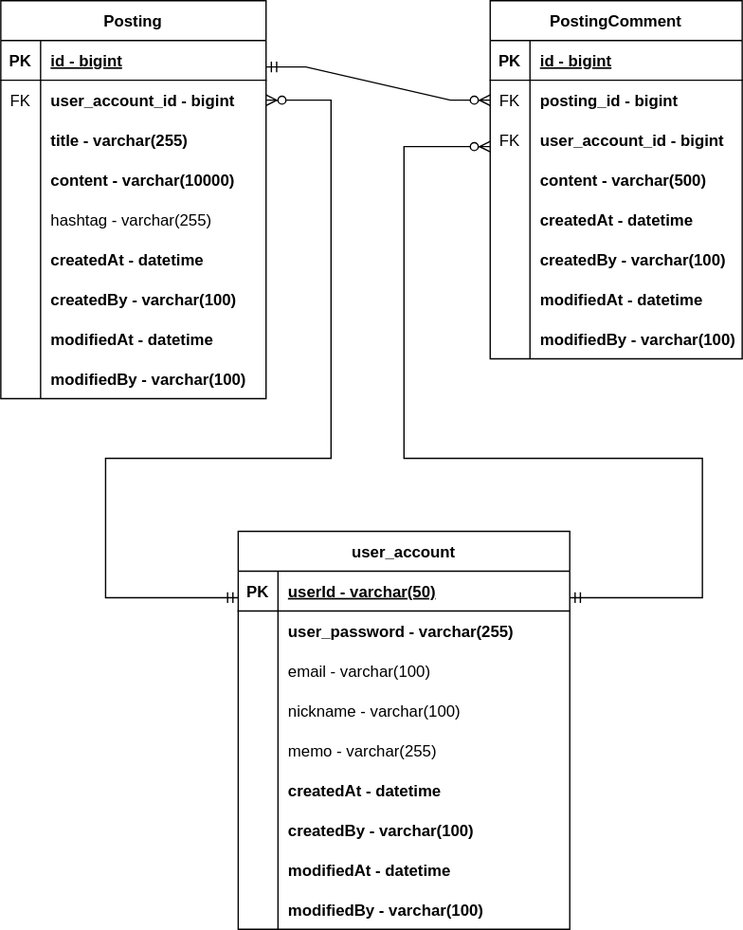
The draw.io diagram document/project-forum-erd.svg in smileLoopy/personal-project-forum, before a commit. Source tidied: cells renumbered, new cells last; positions are measured from the earlier drawing's top-left corner, leaving out a move shared by most shapes.
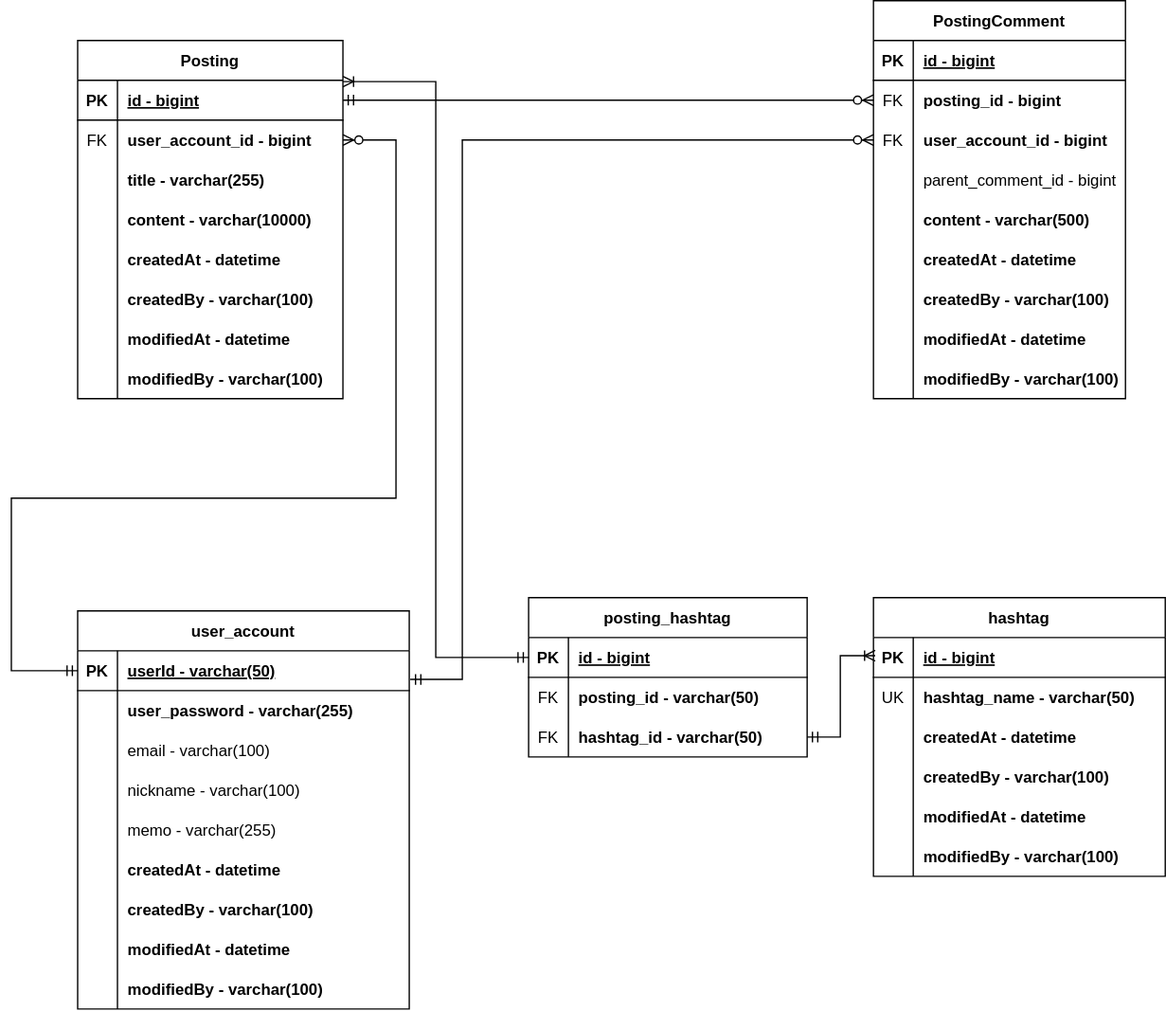
After the commit.

Commit message:
#60-project-forum-erd.svg update: comment's comment, hashtag

What changed in the source:
```diff
@@ -3,7 +3,7 @@
     <mxCell id="0" />
     <mxCell id="1" parent="0" />
     <mxCell id="2" value="Posting" style="shape=table;startSize=30;rowLines=0;fontStyle=1;align=center;" parent="1" vertex="1">
-      <mxGeometry width="200" height="300" as="geometry" />
+      <mxGeometry x="-161" width="200" height="270" as="geometry" />
     </mxCell>
     <mxCell id="3" style="shape=partialRectangle;fillColor=none;points=[[0,0.5],[1,0.5]];portConstraint=eastwest;top=0;left=0;right=0;bottom=1;" parent="2" vertex="1">
       <mxGeometry y="30" width="200" height="30" as="geometry" />
@@ -41,17 +41,8 @@
     <mxCell id="14" value="content - varchar(10000)" style="shape=partialRectangle;overflow=hidden;fillColor=none;top=0;left=0;bottom=0;right=0;align=left;spacingLeft=6;fontStyle=1;" parent="12" vertex="1">
       <mxGeometry x="30" width="170" height="30" as="geometry" />
     </mxCell>
-    <mxCell id="15" style="shape=partialRectangle;fillColor=none;top=0;left=0;right=0;bottom=0;" parent="2" vertex="1">
-      <mxGeometry y="150" width="200" height="30" as="geometry" />
-    </mxCell>
-    <mxCell id="16" style="shape=partialRectangle;overflow=hidden;fillColor=none;top=0;left=0;bottom=0;right=0;" parent="15" vertex="1">
-      <mxGeometry width="30" height="30" as="geometry" />
-    </mxCell>
-    <mxCell id="17" value="hashtag - varchar(255)" style="shape=partialRectangle;overflow=hidden;fillColor=none;top=0;left=0;bottom=0;right=0;align=left;spacingLeft=6;" parent="15" vertex="1">
-      <mxGeometry x="30" width="170" height="30" as="geometry" />
-    </mxCell>
     <mxCell id="18" style="shape=partialRectangle;fillColor=none;top=0;left=0;right=0;bottom=0;" parent="2" vertex="1">
-      <mxGeometry y="180" width="200" height="30" as="geometry" />
+      <mxGeometry y="150" width="200" height="30" as="geometry" />
     </mxCell>
     <mxCell id="19" style="shape=partialRectangle;overflow=hidden;fillColor=none;top=0;left=0;bottom=0;right=0;" parent="18" vertex="1">
       <mxGeometry width="30" height="30" as="geometry" />
@@ -60,7 +51,7 @@
       <mxGeometry x="30" width="170" height="30" as="geometry" />
     </mxCell>
     <mxCell id="21" style="shape=partialRectangle;fillColor=none;top=0;left=0;right=0;bottom=0;" parent="2" vertex="1">
-      <mxGeometry y="210" width="200" height="30" as="geometry" />
+      <mxGeometry y="180" width="200" height="30" as="geometry" />
     </mxCell>
     <mxCell id="22" style="shape=partialRectangle;overflow=hidden;fillColor=none;top=0;left=0;bottom=0;right=0;" parent="21" vertex="1">
       <mxGeometry width="30" height="30" as="geometry" />
@@ -69,7 +60,7 @@
       <mxGeometry x="30" width="170" height="30" as="geometry" />
     </mxCell>
     <mxCell id="24" style="shape=partialRectangle;fillColor=none;top=0;left=0;right=0;bottom=0;" parent="2" vertex="1">
-      <mxGeometry y="240" width="200" height="30" as="geometry" />
+      <mxGeometry y="210" width="200" height="30" as="geometry" />
     </mxCell>
     <mxCell id="25" style="shape=partialRectangle;overflow=hidden;fillColor=none;top=0;left=0;bottom=0;right=0;" parent="24" vertex="1">
       <mxGeometry width="30" height="30" as="geometry" />
@@ -78,7 +69,7 @@
       <mxGeometry x="30" width="170" height="30" as="geometry" />
     </mxCell>
     <mxCell id="27" style="shape=partialRectangle;fillColor=none;top=0;left=0;right=0;bottom=0;" parent="2" vertex="1">
-      <mxGeometry y="270" width="200" height="30" as="geometry" />
+      <mxGeometry y="240" width="200" height="30" as="geometry" />
     </mxCell>
     <mxCell id="28" style="shape=partialRectangle;overflow=hidden;fillColor=none;top=0;left=0;bottom=0;right=0;" parent="27" vertex="1">
       <mxGeometry width="30" height="30" as="geometry" />
@@ -87,7 +78,7 @@
       <mxGeometry x="30" width="170" height="30" as="geometry" />
     </mxCell>
     <mxCell id="30" value="PostingComment" style="shape=table;startSize=30;rowLines=0;fontStyle=1;align=center;" parent="1" vertex="1">
-      <mxGeometry x="369" width="190" height="270" as="geometry" />
+      <mxGeometry x="439" y="-30" width="190" height="300" as="geometry" />
     </mxCell>
     <mxCell id="31" style="shape=partialRectangle;fillColor=none;top=0;left=0;right=0;bottom=1;" parent="30" vertex="1">
       <mxGeometry y="30" width="190" height="30" as="geometry" />
@@ -116,8 +107,17 @@
     <mxCell id="39" value="user_account_id - bigint" style="shape=partialRectangle;overflow=hidden;fillColor=none;top=0;left=0;bottom=0;right=0;align=left;spacingLeft=6;fontStyle=1;" parent="37" vertex="1">
       <mxGeometry x="30" width="160" height="30" as="geometry" />
     </mxCell>
+    <mxCell id="86" style="shape=partialRectangle;fillColor=none;top=0;left=0;right=0;bottom=0;" parent="30" vertex="1">
+      <mxGeometry y="120" width="190" height="30" as="geometry" />
+    </mxCell>
+    <mxCell id="87" style="shape=partialRectangle;overflow=hidden;fillColor=none;top=0;left=0;bottom=0;right=0;" parent="86" vertex="1">
+      <mxGeometry width="30" height="30" as="geometry" />
+    </mxCell>
+    <mxCell id="88" value="parent_comment_id - bigint" style="shape=partialRectangle;overflow=hidden;fillColor=none;top=0;left=0;bottom=0;right=0;align=left;spacingLeft=6;fontStyle=0;" parent="86" vertex="1">
+      <mxGeometry x="30" width="160" height="30" as="geometry" />
+    </mxCell>
     <mxCell id="40" style="shape=partialRectangle;fillColor=none;top=0;left=0;right=0;bottom=0;" parent="30" vertex="1">
-      <mxGeometry y="120" width="190" height="30" as="geometry" />
+      <mxGeometry y="150" width="190" height="30" as="geometry" />
     </mxCell>
     <mxCell id="41" style="shape=partialRectangle;overflow=hidden;fillColor=none;top=0;left=0;bottom=0;right=0;" parent="40" vertex="1">
       <mxGeometry width="30" height="30" as="geometry" />
@@ -126,7 +126,7 @@
       <mxGeometry x="30" width="160" height="30" as="geometry" />
     </mxCell>
     <mxCell id="43" style="shape=partialRectangle;fillColor=none;top=0;left=0;right=0;bottom=0;" parent="30" vertex="1">
-      <mxGeometry y="150" width="190" height="30" as="geometry" />
+      <mxGeometry y="180" width="190" height="30" as="geometry" />
     </mxCell>
     <mxCell id="44" style="shape=partialRectangle;overflow=hidden;fillColor=none;top=0;left=0;bottom=0;right=0;" parent="43" vertex="1">
       <mxGeometry width="30" height="30" as="geometry" />
@@ -135,7 +135,7 @@
       <mxGeometry x="30" width="160" height="30" as="geometry" />
     </mxCell>
     <mxCell id="46" style="shape=partialRectangle;fillColor=none;top=0;left=0;right=0;bottom=0;" parent="30" vertex="1">
-      <mxGeometry y="180" width="190" height="30" as="geometry" />
+      <mxGeometry y="210" width="190" height="30" as="geometry" />
     </mxCell>
     <mxCell id="47" style="shape=partialRectangle;overflow=hidden;fillColor=none;top=0;left=0;bottom=0;right=0;" parent="46" vertex="1">
       <mxGeometry width="30" height="30" as="geometry" />
@@ -144,7 +144,7 @@
       <mxGeometry x="30" width="160" height="30" as="geometry" />
     </mxCell>
     <mxCell id="49" style="shape=partialRectangle;fillColor=none;top=0;left=0;right=0;bottom=0;" parent="30" vertex="1">
-      <mxGeometry y="210" width="190" height="30" as="geometry" />
+      <mxGeometry y="240" width="190" height="30" as="geometry" />
     </mxCell>
     <mxCell id="50" style="shape=partialRectangle;overflow=hidden;fillColor=none;top=0;left=0;bottom=0;right=0;" parent="49" vertex="1">
       <mxGeometry width="30" height="30" as="geometry" />
@@ -153,7 +153,7 @@
       <mxGeometry x="30" width="160" height="30" as="geometry" />
     </mxCell>
     <mxCell id="52" style="shape=partialRectangle;fillColor=none;top=0;left=0;right=0;bottom=0;" parent="30" vertex="1">
-      <mxGeometry y="240" width="190" height="30" as="geometry" />
+      <mxGeometry y="270" width="190" height="30" as="geometry" />
     </mxCell>
     <mxCell id="53" style="shape=partialRectangle;overflow=hidden;fillColor=none;top=0;left=0;bottom=0;right=0;" parent="52" vertex="1">
       <mxGeometry width="30" height="30" as="geometry" />
@@ -161,16 +161,15 @@
     <mxCell id="54" value="modifiedBy - varchar(100)" style="shape=partialRectangle;overflow=hidden;fillColor=none;top=0;left=0;bottom=0;right=0;align=left;spacingLeft=6;fontStyle=1;" parent="52" vertex="1">
       <mxGeometry x="30" width="160" height="30" as="geometry" />
     </mxCell>
-    <mxCell id="55" style="edgeStyle=entityRelationEdgeStyle;fontSize=12;html=1;endArrow=ERzeroToMany;startArrow=ERmandOne;rounded=0;exitX=1;exitY=0.5;exitDx=0;exitDy=0;entryX=0;entryY=0.5;entryDx=0;entryDy=0;" parent="1" edge="1" target="34">
+    <mxCell id="55" style="edgeStyle=entityRelationEdgeStyle;fontSize=12;html=1;endArrow=ERzeroToMany;startArrow=ERmandOne;rounded=0;exitX=1;exitY=0.5;exitDx=0;exitDy=0;entryX=0;entryY=0.5;entryDx=0;entryDy=0;" parent="1" edge="1" source="3" target="34">
       <mxGeometry relative="1" as="geometry">
-        <mxPoint x="200" y="50" as="sourcePoint" />
         <Array as="points">
           <mxPoint x="239" y="15" />
         </Array>
       </mxGeometry>
     </mxCell>
     <mxCell id="56" value="user_account" style="shape=table;startSize=30;rowLines=0;fontStyle=1;align=center;" parent="1" vertex="1">
-      <mxGeometry x="179" y="400" width="250" height="300" as="geometry" />
+      <mxGeometry x="-161" y="430" width="250" height="300" as="geometry" />
     </mxCell>
     <mxCell id="57" style="shape=partialRectangle;fillColor=none;points=[[0,0.5],[1,0.5]];portConstraint=eastwest;top=0;left=0;right=0;bottom=1;" parent="56" vertex="1">
       <mxGeometry y="30" width="250" height="30" as="geometry" />
@@ -253,25 +252,121 @@
     <mxCell id="83" value="modifiedBy - varchar(100)" style="shape=partialRectangle;overflow=hidden;fillColor=none;top=0;left=0;bottom=0;right=0;align=left;spacingLeft=6;fontStyle=1;" parent="81" vertex="1">
       <mxGeometry x="30" width="220" height="30" as="geometry" />
     </mxCell>
-    <mxCell id="84" style="edgeStyle=orthogonalEdgeStyle;fontSize=12;html=1;endArrow=ERzeroToMany;startArrow=ERmandOne;rounded=0;" parent="1" edge="1" source="57" target="37">
+    <mxCell id="84" style="edgeStyle=orthogonalEdgeStyle;fontSize=12;html=1;endArrow=ERzeroToMany;startArrow=ERmandOne;rounded=0;exitX=1.003;exitY=0.72;exitDx=0;exitDy=0;exitPerimeter=0;" parent="1" edge="1" source="57" target="37">
       <mxGeometry relative="1" as="geometry">
         <Array as="points">
-          <mxPoint x="529" y="450" />
-          <mxPoint x="529" y="345" />
-          <mxPoint x="304" y="345" />
-          <mxPoint x="304" y="110" />
+          <mxPoint x="129" y="482" />
+          <mxPoint x="129" y="75" />
         </Array>
       </mxGeometry>
     </mxCell>
-    <mxCell id="85" style="edgeStyle=orthogonalEdgeStyle;fontSize=12;html=1;endArrow=ERzeroToMany;startArrow=ERmandOne;rounded=0;entryX=1;entryY=0.5;entryDx=0;entryDy=0;exitX=0;exitY=0.667;exitDx=0;exitDy=0;exitPerimeter=0;" parent="1" edge="1" source="57" target="6">
+    <mxCell id="85" style="edgeStyle=orthogonalEdgeStyle;fontSize=12;html=1;endArrow=ERzeroToMany;startArrow=ERmandOne;rounded=0;entryX=1;entryY=0.5;entryDx=0;entryDy=0;exitX=0;exitY=0.5;exitDx=0;exitDy=0;" parent="1" edge="1" source="57" target="6">
       <mxGeometry relative="1" as="geometry">
         <Array as="points">
-          <mxPoint x="79" y="450" />
+          <mxPoint x="-211" y="475" />
+          <mxPoint x="-211" y="345" />
           <mxPoint x="79" y="345" />
-          <mxPoint x="249" y="345" />
-          <mxPoint x="249" y="75" />
+          <mxPoint x="79" y="75" />
         </Array>
       </mxGeometry>
     </mxCell>
+    <mxCell id="89" value="posting_hashtag" style="shape=table;startSize=30;rowLines=0;fontStyle=1;align=center;" parent="1" vertex="1">
+      <mxGeometry x="179" y="420" width="210" height="120" as="geometry" />
+    </mxCell>
+    <mxCell id="90" style="shape=partialRectangle;fillColor=none;points=[[0,0.5],[1,0.5]];portConstraint=eastwest;top=0;left=0;right=0;bottom=1;" parent="89" vertex="1">
+      <mxGeometry y="30" width="210" height="30" as="geometry" />
+    </mxCell>
+    <mxCell id="91" value="PK" style="shape=partialRectangle;overflow=hidden;fillColor=none;top=0;left=0;bottom=0;right=0;fontStyle=1;" parent="90" vertex="1">
+      <mxGeometry width="30" height="30" as="geometry" />
+    </mxCell>
+    <mxCell id="92" value="id - bigint" style="shape=partialRectangle;overflow=hidden;fillColor=none;top=0;left=0;bottom=0;right=0;align=left;spacingLeft=6;fontStyle=5;" parent="90" vertex="1">
+      <mxGeometry x="30" width="180" height="30" as="geometry" />
+    </mxCell>
+    <mxCell id="93" style="shape=partialRectangle;fillColor=none;top=0;left=0;right=0;bottom=0;" parent="89" vertex="1">
+      <mxGeometry y="60" width="210" height="30" as="geometry" />
+    </mxCell>
+    <mxCell id="94" value="FK" style="shape=partialRectangle;overflow=hidden;fillColor=none;top=0;left=0;bottom=0;right=0;" parent="93" vertex="1">
+      <mxGeometry width="30" height="30" as="geometry" />
+    </mxCell>
+    <mxCell id="95" value="posting_id - varchar(50)" style="shape=partialRectangle;overflow=hidden;fillColor=none;top=0;left=0;bottom=0;right=0;align=left;spacingLeft=6;fontStyle=1;" parent="93" vertex="1">
+      <mxGeometry x="30" width="180" height="30" as="geometry" />
+    </mxCell>
+    <mxCell id="96" style="shape=partialRectangle;fillColor=none;points=[[0,0.5],[1,0.5]];portConstraint=eastwest;top=0;left=0;right=0;bottom=0;" parent="89" vertex="1">
+      <mxGeometry y="90" width="210" height="30" as="geometry" />
+    </mxCell>
+    <mxCell id="97" value="FK" style="shape=partialRectangle;overflow=hidden;fillColor=none;top=0;left=0;bottom=0;right=0;" parent="96" vertex="1">
+      <mxGeometry width="30" height="30" as="geometry" />
+    </mxCell>
+    <mxCell id="98" value="hashtag_id - varchar(50)" style="shape=partialRectangle;overflow=hidden;fillColor=none;top=0;left=0;bottom=0;right=0;align=left;spacingLeft=6;fontStyle=1;" parent="96" vertex="1">
+      <mxGeometry x="30" width="180" height="30" as="geometry" />
+    </mxCell>
+    <mxCell id="99" value="hashtag" style="shape=table;startSize=30;rowLines=0;fontStyle=1;align=center;" parent="1" vertex="1">
+      <mxGeometry x="439" y="420" width="220" height="210" as="geometry" />
+    </mxCell>
+    <mxCell id="100" style="shape=partialRectangle;fillColor=none;points=[[0,0.5],[1,0.5]];portConstraint=eastwest;top=0;left=0;right=0;bottom=1;" parent="99" vertex="1">
+      <mxGeometry y="30" width="220" height="30" as="geometry" />
+    </mxCell>
+    <mxCell id="101" value="PK" style="shape=partialRectangle;overflow=hidden;fillColor=none;top=0;left=0;bottom=0;right=0;fontStyle=1;" parent="100" vertex="1">
+      <mxGeometry width="30" height="30" as="geometry" />
+    </mxCell>
+    <mxCell id="102" value="id - bigint" style="shape=partialRectangle;overflow=hidden;fillColor=none;top=0;left=0;bottom=0;right=0;align=left;spacingLeft=6;fontStyle=5;" parent="100" vertex="1">
+      <mxGeometry x="30" width="190" height="30" as="geometry" />
+    </mxCell>
+    <mxCell id="103" style="shape=partialRectangle;fillColor=none;top=0;left=0;right=0;bottom=0;" parent="99" vertex="1">
+      <mxGeometry y="60" width="220" height="30" as="geometry" />
+    </mxCell>
+    <mxCell id="104" value="UK" style="shape=partialRectangle;overflow=hidden;fillColor=none;top=0;left=0;bottom=0;right=0;" parent="103" vertex="1">
+      <mxGeometry width="30" height="30" as="geometry" />
+    </mxCell>
+    <mxCell id="105" value="hashtag_name - varchar(50)" style="shape=partialRectangle;overflow=hidden;fillColor=none;top=0;left=0;bottom=0;right=0;align=left;spacingLeft=6;fontStyle=1;" parent="103" vertex="1">
+      <mxGeometry x="30" width="190" height="30" as="geometry" />
+    </mxCell>
+    <mxCell id="106" style="shape=partialRectangle;fillColor=none;top=0;left=0;right=0;bottom=0;" parent="99" vertex="1">
+      <mxGeometry y="90" width="220" height="30" as="geometry" />
+    </mxCell>
+    <mxCell id="107" style="shape=partialRectangle;overflow=hidden;fillColor=none;top=0;left=0;bottom=0;right=0;" parent="106" vertex="1">
+      <mxGeometry width="30" height="30" as="geometry" />
+    </mxCell>
+    <mxCell id="108" value="createdAt - datetime" style="shape=partialRectangle;overflow=hidden;fillColor=none;top=0;left=0;bottom=0;right=0;align=left;spacingLeft=6;fontStyle=1;" parent="106" vertex="1">
+      <mxGeometry x="30" width="190" height="30" as="geometry" />
+    </mxCell>
+    <mxCell id="109" style="shape=partialRectangle;fillColor=none;top=0;left=0;right=0;bottom=0;" parent="99" vertex="1">
+      <mxGeometry y="120" width="220" height="30" as="geometry" />
+    </mxCell>
+    <mxCell id="110" style="shape=partialRectangle;overflow=hidden;fillColor=none;top=0;left=0;bottom=0;right=0;" parent="109" vertex="1">
+      <mxGeometry width="30" height="30" as="geometry" />
+    </mxCell>
+    <mxCell id="111" value="createdBy - varchar(100)" style="shape=partialRectangle;overflow=hidden;fillColor=none;top=0;left=0;bottom=0;right=0;align=left;spacingLeft=6;fontStyle=1;" parent="109" vertex="1">
+      <mxGeometry x="30" width="190" height="30" as="geometry" />
+    </mxCell>
+    <mxCell id="112" style="shape=partialRectangle;fillColor=none;top=0;left=0;right=0;bottom=0;" parent="99" vertex="1">
+      <mxGeometry y="150" width="220" height="30" as="geometry" />
+    </mxCell>
+    <mxCell id="113" style="shape=partialRectangle;overflow=hidden;fillColor=none;top=0;left=0;bottom=0;right=0;" parent="112" vertex="1">
+      <mxGeometry width="30" height="30" as="geometry" />
+    </mxCell>
+    <mxCell id="114" value="modifiedAt - datetime" style="shape=partialRectangle;overflow=hidden;fillColor=none;top=0;left=0;bottom=0;right=0;align=left;spacingLeft=6;fontStyle=1;" parent="112" vertex="1">
+      <mxGeometry x="30" width="190" height="30" as="geometry" />
+    </mxCell>
+    <mxCell id="115" style="shape=partialRectangle;fillColor=none;top=0;left=0;right=0;bottom=0;" parent="99" vertex="1">
+      <mxGeometry y="180" width="220" height="30" as="geometry" />
+    </mxCell>
+    <mxCell id="116" style="shape=partialRectangle;overflow=hidden;fillColor=none;top=0;left=0;bottom=0;right=0;" parent="115" vertex="1">
+      <mxGeometry width="30" height="30" as="geometry" />
+    </mxCell>
+    <mxCell id="117" value="modifiedBy - varchar(100)" style="shape=partialRectangle;overflow=hidden;fillColor=none;top=0;left=0;bottom=0;right=0;align=left;spacingLeft=6;fontStyle=1;" parent="115" vertex="1">
+      <mxGeometry x="30" width="190" height="30" as="geometry" />
+    </mxCell>
+    <mxCell id="118" style="edgeStyle=orthogonalEdgeStyle;fontSize=12;html=1;endArrow=ERoneToMany;startArrow=ERmandOne;rounded=0;exitX=0;exitY=0.5;exitDx=0;exitDy=0;" parent="1" edge="1" source="90" target="3">
+      <mxGeometry relative="1" as="geometry">
+        <Array as="points">
+          <mxPoint x="109" y="465" />
+          <mxPoint x="109" y="31" />
+        </Array>
+      </mxGeometry>
+    </mxCell>
+    <mxCell id="119" style="edgeStyle=orthogonalEdgeStyle;fontSize=12;html=1;endArrow=ERoneToMany;startArrow=ERmandOne;rounded=0;entryX=0.006;entryY=0.457;entryDx=0;entryDy=0;entryPerimeter=0;" parent="1" edge="1" source="96" target="100">
+      <mxGeometry relative="1" as="geometry" />
+    </mxCell>
   </root>
 </mxGraphModel>
```
